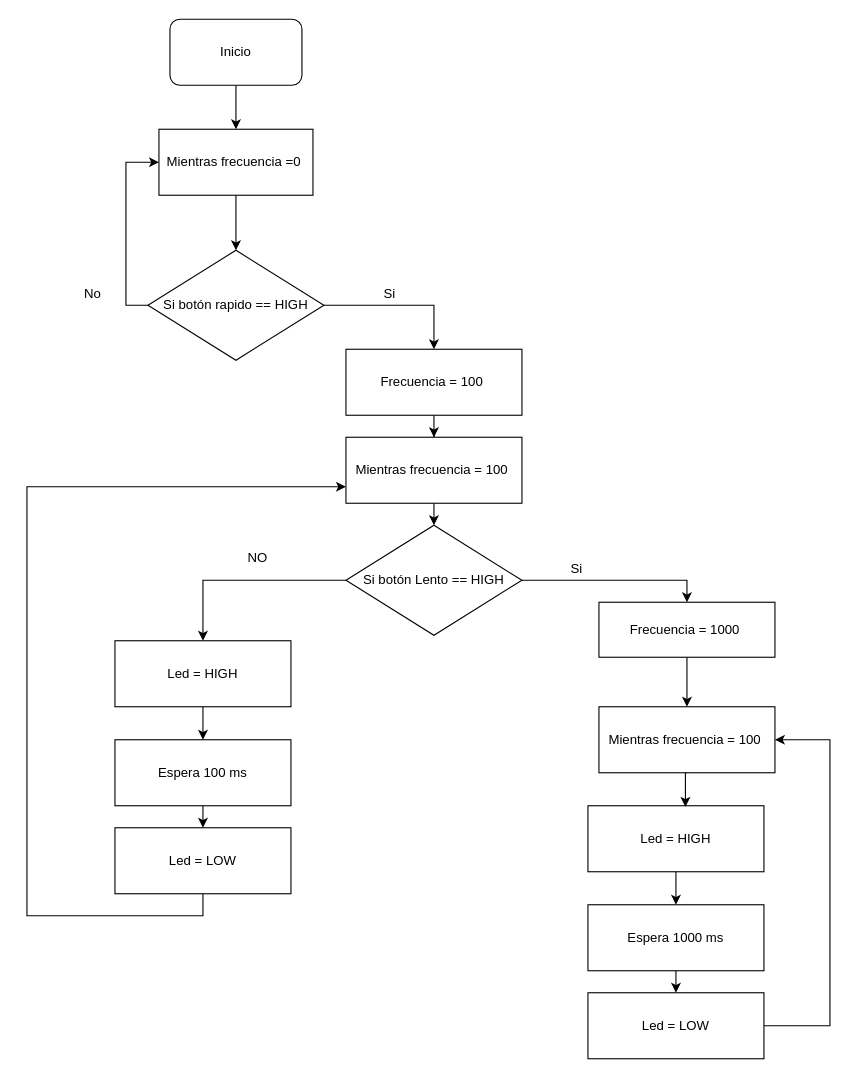
ma4rca1va/ElectivaIV keeps this draw.io diagram as Arduino - Reto 1 - 1/OCT.drawio. Above is the earlier version. Source tidied: cells renumbered, new cells numbered last; positions are measured from the earlier drawing's top-left corner, leaving out a move shared by most shapes. Both pictures are drawn from the tidied source at 110%, with x=0, y=0 at pixel (26, 19).
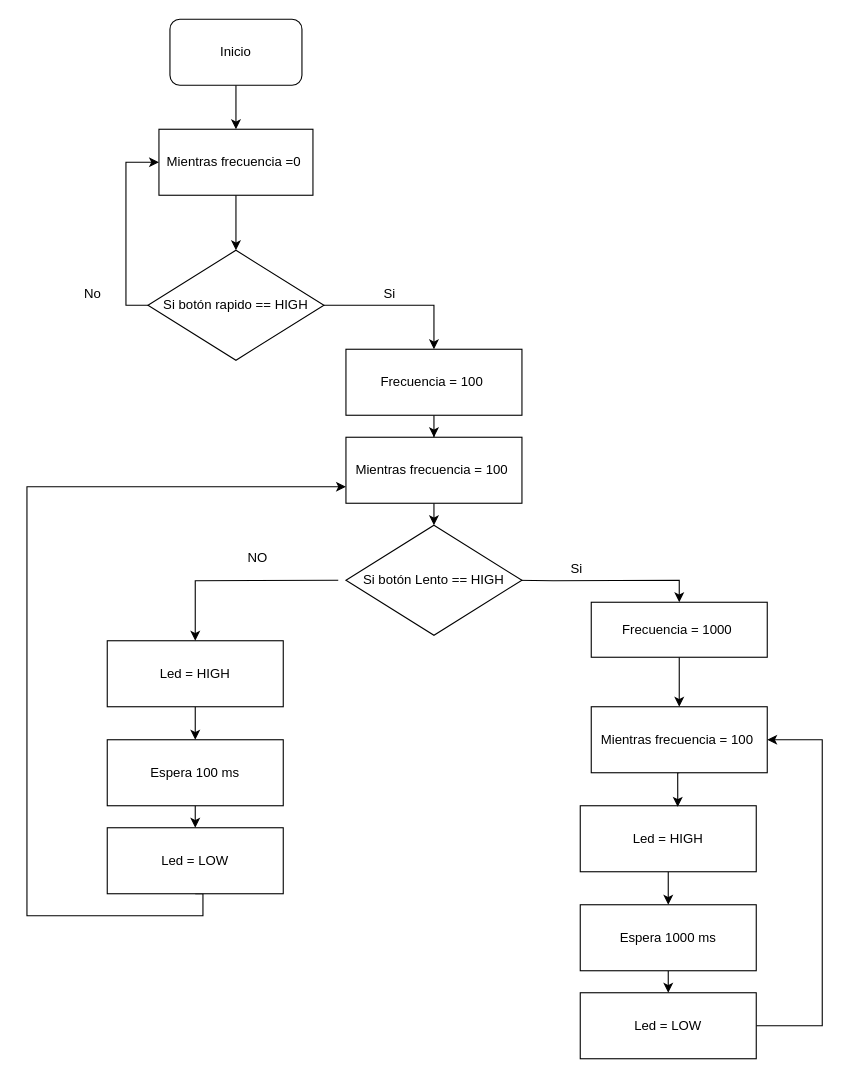
After the change.

The change refers to these unchanged cells:
```xml
<mxCell id="23" value="Si botón Lento == HIGH" style="rhombus;whiteSpace=wrap;html=1;" parent="1" vertex="1">
  <mxGeometry x="290" y="460" width="160" height="100" as="geometry" />
</mxCell>
```

Diff of the diagram source:
```diff
@@
     <mxCell id="14" value="Led = HIGH" style="rounded=0;whiteSpace=wrap;html=1;" parent="1" vertex="1">
-      <mxGeometry x="80" y="565" width="160" height="60" as="geometry" />
+      <mxGeometry x="73" y="565" width="160" height="60" as="geometry" />
     </mxCell>
@@
     <mxCell id="16" value="Espera 100 ms" style="rounded=0;whiteSpace=wrap;html=1;" parent="1" vertex="1">
-      <mxGeometry x="80" y="655" width="160" height="60" as="geometry" />
+      <mxGeometry x="73" y="655" width="160" height="60" as="geometry" />
     </mxCell>
@@
     <mxCell id="18" value="Led = LOW" style="rounded=0;whiteSpace=wrap;html=1;" parent="1" vertex="1">
-      <mxGeometry x="80" y="735" width="160" height="60" as="geometry" />
+      <mxGeometry x="73" y="735" width="160" height="60" as="geometry" />
     </mxCell>
@@
-    <mxCell id="21" style="edgeStyle=orthogonalEdgeStyle;rounded=0;jettySize=auto;html=1;exitX=0;exitY=0.5;exitDx=0;exitDy=0;entryX=0.5;entryY=0;entryDx=0;entryDy=0;" parent="1" edge="1" source="23" target="14">
-      <mxGeometry relative="1" as="geometry" />
+    <mxCell id="21" style="edgeStyle=orthogonalEdgeStyle;rounded=0;jettySize=auto;html=1;exitX=0;exitY=0.5;exitDx=0;exitDy=0;entryX=0.5;entryY=0;entryDx=0;entryDy=0;" parent="1" edge="1" target="14">
+      <mxGeometry relative="1" as="geometry">
+        <mxPoint x="283" y="510" as="sourcePoint" />
+      </mxGeometry>
     </mxCell>
-    <mxCell id="22" style="edgeStyle=orthogonalEdgeStyle;rounded=0;jettySize=auto;html=1;exitX=1;exitY=0.5;exitDx=0;exitDy=0;entryX=0.5;entryY=0;entryDx=0;entryDy=0;" parent="1" edge="1" source="23" target="33">
-      <mxGeometry relative="1" as="geometry" />
+    <mxCell id="22" style="edgeStyle=orthogonalEdgeStyle;rounded=0;jettySize=auto;html=1;exitX=1;exitY=0.5;exitDx=0;exitDy=0;entryX=0.5;entryY=0;entryDx=0;entryDy=0;" parent="1" edge="1" target="33">
+      <mxGeometry relative="1" as="geometry">
+        <mxPoint x="443" y="510" as="sourcePoint" />
+      </mxGeometry>
     </mxCell>
@@
     <mxCell id="26" value="Led = HIGH" style="rounded=0;whiteSpace=wrap;html=1;" parent="1" vertex="1">
-      <mxGeometry x="510" y="715" width="160" height="60" as="geometry" />
+      <mxGeometry x="503" y="715" width="160" height="60" as="geometry" />
     </mxCell>
@@
     <mxCell id="28" value="Espera 1000 ms" style="rounded=0;whiteSpace=wrap;html=1;" parent="1" vertex="1">
-      <mxGeometry x="510" y="805" width="160" height="60" as="geometry" />
+      <mxGeometry x="503" y="805" width="160" height="60" as="geometry" />
     </mxCell>
     <mxCell id="29" style="edgeStyle=orthogonalEdgeStyle;rounded=0;jettySize=auto;html=1;entryX=1;entryY=0.5;entryDx=0;entryDy=0;" parent="1" edge="1" source="30" target="35">
       <mxGeometry relative="1" as="geometry">
         <Array as="points">
-          <mxPoint x="730" y="915" />
-          <mxPoint x="730" y="655" />
+          <mxPoint x="723" y="915" />
+          <mxPoint x="723" y="655" />
         </Array>
       </mxGeometry>
     </mxCell>
     <mxCell id="30" value="Led = LOW" style="rounded=0;whiteSpace=wrap;html=1;" parent="1" vertex="1">
-      <mxGeometry x="510" y="885" width="160" height="60" as="geometry" />
+      <mxGeometry x="503" y="885" width="160" height="60" as="geometry" />
     </mxCell>
@@
     <mxCell id="33" value="Frecuencia = 1000&amp;nbsp;" style="rounded=0;whiteSpace=wrap;html=1;" parent="1" vertex="1">
-      <mxGeometry x="520" y="530" width="160" height="50" as="geometry" />
+      <mxGeometry x="513" y="530" width="160" height="50" as="geometry" />
     </mxCell>
@@
     <mxCell id="35" value="Mientras frecuencia = 100&amp;nbsp;" style="rounded=0;whiteSpace=wrap;html=1;" parent="1" vertex="1">
-      <mxGeometry x="520" y="625" width="160" height="60" as="geometry" />
+      <mxGeometry x="513" y="625" width="160" height="60" as="geometry" />
     </mxCell>
```
